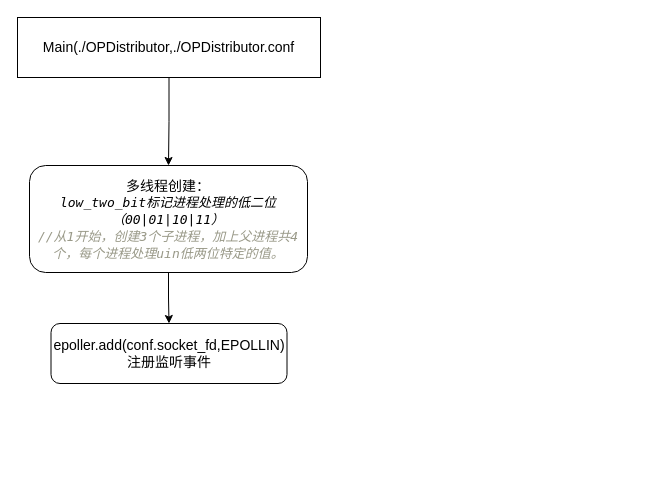
BBQldf/drawIO keeps this draw.io diagram as Untitled Diagram.drawio. Above is the earlier version. Source tidied: cells renumbered, new cells numbered last; positions are measured from the earlier drawing's top-left corner, leaving out a move shared by most shapes. Both pictures are drawn from the tidied source at 100%, with x=0, y=0 at pixel (17, 17).
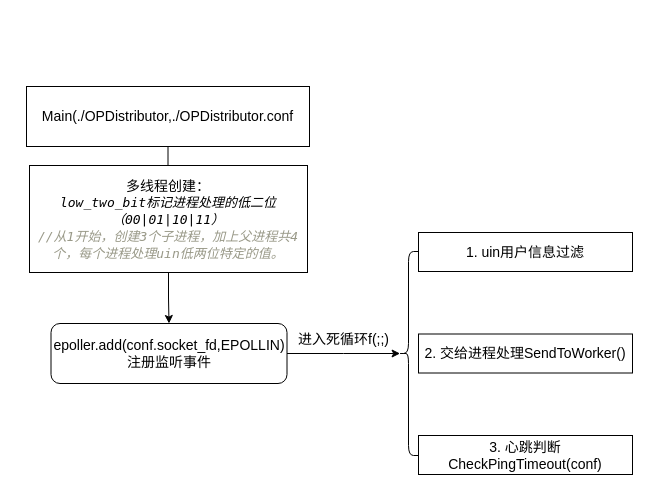
After the change.

Change to the diagram source:
```diff
@@
 <mxGraphModel>
   <root>
     <mxCell id="0" />
     <mxCell id="1" parent="0" />
     <mxCell id="2" style="edgeStyle=orthogonalEdgeStyle;rounded=0;jettySize=auto;html=1;entryX=0.5;entryY=0;entryDx=0;entryDy=0;fontSize=14;" parent="1" edge="1" source="3" target="5">
       <mxGeometry relative="1" as="geometry" />
     </mxCell>
     <mxCell id="3" value="&lt;font style=&quot;font-size: 14px;&quot;&gt;Main(./OPDistributor,./OPDistributor.conf&lt;/font&gt;" style="rounded=0;whiteSpace=wrap;html=1;" parent="1" vertex="1">
-      <mxGeometry width="303" height="60" as="geometry" />
+      <mxGeometry x="9" y="69" width="283" height="60" as="geometry" />
     </mxCell>
     <mxCell id="4" style="edgeStyle=orthogonalEdgeStyle;rounded=0;jettySize=auto;html=1;entryX=0.5;entryY=0;entryDx=0;entryDy=0;fontSize=14;fontColor=#000000;" parent="1" edge="1" source="5" target="6">
       <mxGeometry relative="1" as="geometry" />
     </mxCell>
-    <mxCell id="5" value="多线程创建：&lt;br&gt;&lt;span style=&quot;text-align: start; font-family: Menlo, &amp;quot;Liberation Mono&amp;quot;, Consolas, &amp;quot;DejaVu Sans Mono&amp;quot;, &amp;quot;Ubuntu Mono&amp;quot;, &amp;quot;Courier New&amp;quot;, &amp;quot;andale mono&amp;quot;, &amp;quot;lucida console&amp;quot;, monospace; font-size: 13px; font-style: italic; background-color: rgb(255, 255, 255);&quot;&gt;low_two_bit标记进程处理的低二位（00|01|10|11）&lt;/span&gt;&lt;br&gt;&lt;span style=&quot;text-align: start; color: rgb(153, 153, 136); font-family: Menlo, &amp;quot;Liberation Mono&amp;quot;, Consolas, &amp;quot;DejaVu Sans Mono&amp;quot;, &amp;quot;Ubuntu Mono&amp;quot;, &amp;quot;Courier New&amp;quot;, &amp;quot;andale mono&amp;quot;, &amp;quot;lucida console&amp;quot;, monospace; font-size: 13px; font-style: italic; background-color: rgb(255, 255, 255);&quot;&gt;//从1开始，创建3个子进程，加上父进程共4个，每个进程处理uin低两位特定的值。&lt;br&gt;&lt;/span&gt;" style="rounded=1;whiteSpace=wrap;html=1;fontSize=14;" parent="1" vertex="1">
+    <mxCell id="5" value="多线程创建：&lt;br&gt;&lt;span style=&quot;text-align: start; font-family: Menlo, &amp;quot;Liberation Mono&amp;quot;, Consolas, &amp;quot;DejaVu Sans Mono&amp;quot;, &amp;quot;Ubuntu Mono&amp;quot;, &amp;quot;Courier New&amp;quot;, &amp;quot;andale mono&amp;quot;, &amp;quot;lucida console&amp;quot;, monospace; font-size: 13px; font-style: italic; background-color: rgb(255, 255, 255);&quot;&gt;low_two_bit标记进程处理的低二位（00|01|10|11）&lt;/span&gt;&lt;br&gt;&lt;span style=&quot;text-align: start; color: rgb(153, 153, 136); font-family: Menlo, &amp;quot;Liberation Mono&amp;quot;, Consolas, &amp;quot;DejaVu Sans Mono&amp;quot;, &amp;quot;Ubuntu Mono&amp;quot;, &amp;quot;Courier New&amp;quot;, &amp;quot;andale mono&amp;quot;, &amp;quot;lucida console&amp;quot;, monospace; font-size: 13px; font-style: italic; background-color: rgb(255, 255, 255);&quot;&gt;//从1开始，创建3个子进程，加上父进程共4个，每个进程处理uin低两位特定的值。&lt;br&gt;&lt;/span&gt;" style="rounded=1;whiteSpace=wrap;html=1;fontSize=14;fontColor=#000000;arcSize=0;" parent="1" vertex="1">
       <mxGeometry x="12" y="148" width="278" height="107" as="geometry" />
     </mxCell>
+    <mxCell id="7" value="进入死循环f(;;)" style="edgeStyle=orthogonalEdgeStyle;rounded=0;jettySize=auto;html=1;fontSize=14;fontColor=#000000;" parent="1" edge="1" source="6">
+      <mxGeometry x="-0.02" y="14" relative="1" as="geometry">
+        <mxPoint x="382.6" y="336" as="targetPoint" />
+      </mxGeometry>
+    </mxCell>
     <mxCell id="6" value="epoller.add(conf.socket_fd,EPOLLIN)注册监听事件" style="rounded=1;whiteSpace=wrap;html=1;fontSize=14;fontColor=#000000;" parent="1" vertex="1">
       <mxGeometry x="33.5" y="306" width="236" height="60" as="geometry" />
     </mxCell>
+    <mxCell id="8" style="shape=curlyBracket;whiteSpace=wrap;html=1;rounded=1;fontSize=14;fontColor=#000000;" parent="1" vertex="1">
+      <mxGeometry x="381" y="234" width="20" height="204" as="geometry" />
+    </mxCell>
+    <mxCell id="9" value="1. uin用户信息过滤" style="rounded=0;whiteSpace=wrap;html=1;fontSize=14;fontColor=#000000;" parent="1" vertex="1">
+      <mxGeometry x="401" y="215" width="214" height="39" as="geometry" />
+    </mxCell>
+    <mxCell id="10" value="2. 交给进程处理SendToWorker()" style="rounded=0;whiteSpace=wrap;html=1;fontSize=14;fontColor=#000000;" parent="1" vertex="1">
+      <mxGeometry x="401" y="316.5" width="214" height="39" as="geometry" />
+    </mxCell>
+    <mxCell id="11" value="3. 心跳判断CheckPingTimeout(conf)" style="rounded=0;whiteSpace=wrap;html=1;fontSize=14;fontColor=#000000;" parent="1" vertex="1">
+      <mxGeometry x="401" y="418" width="214" height="39" as="geometry" />
+    </mxCell>
   </root>
 </mxGraphModel>
```
